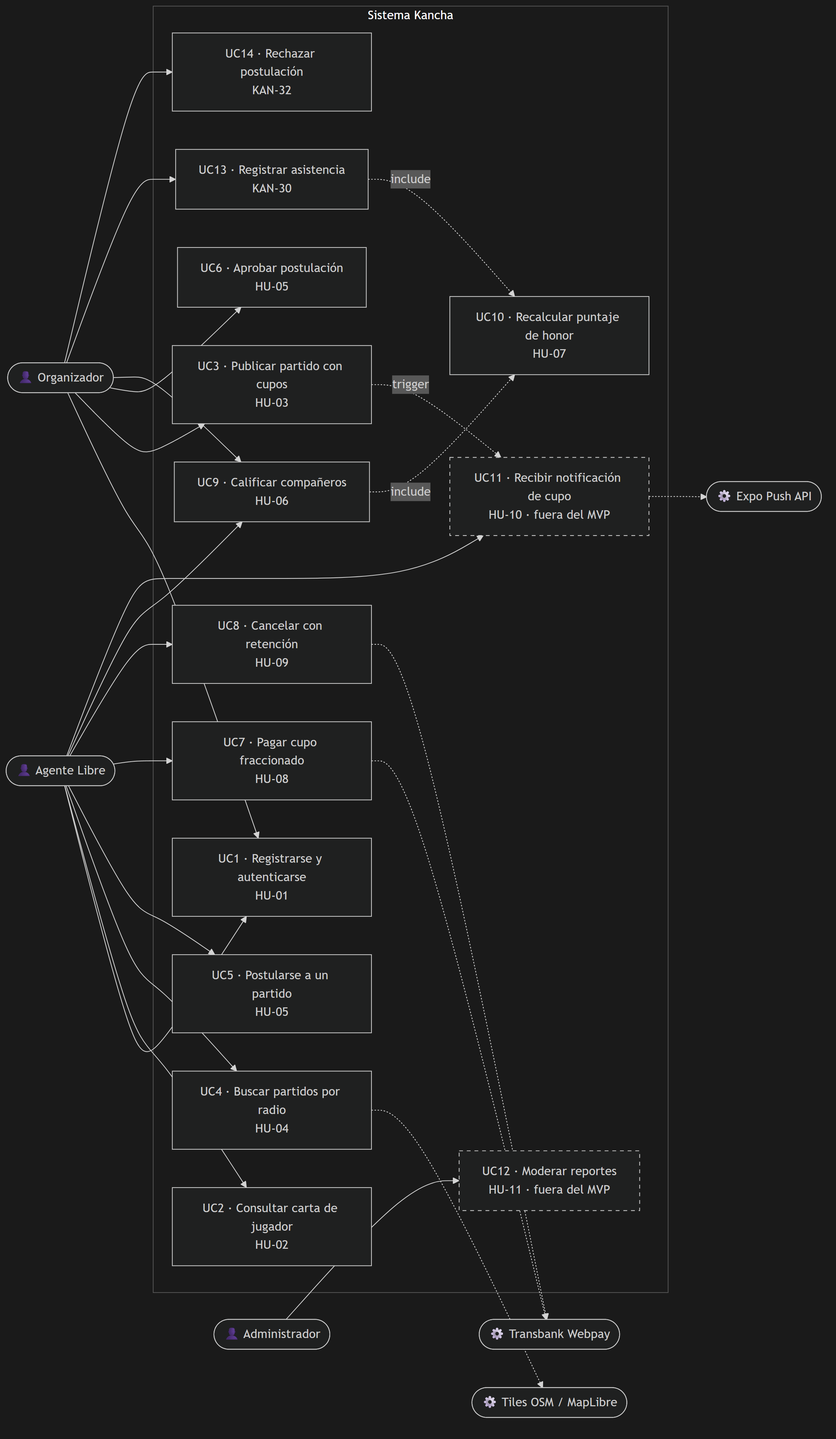
Before: fase-2-desarrollo/docs/diagramas/casos-de-uso.png, a diagram exported from Mermaid (avenaaaa/KANCHA). Its source is kept beside it as fase-2-desarrollo/docs/diagramas/casos-de-uso.mmd.
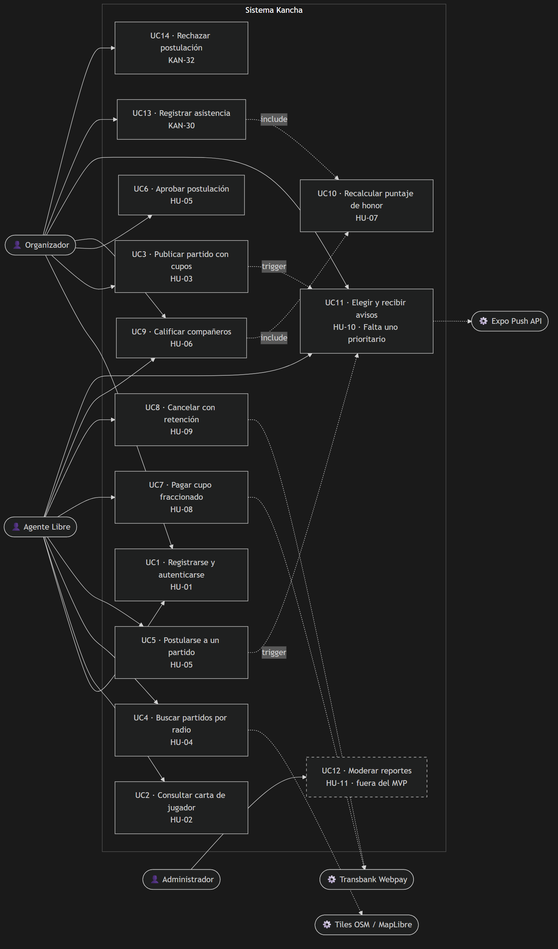
Above is the later version.

Diff of the diagram source:
```diff
@@ -17,14 +17,14 @@
         UC8["UC8 · Cancelar con retención<br/>HU-09"]
         UC9["UC9 · Calificar compañeros<br/>HU-06"]
         UC10["UC10 · Recalcular puntaje de honor<br/>HU-07"]
-        UC11["UC11 · Recibir notificación de cupo<br/>HU-10 · fuera del MVP"]
+        UC11["UC11 · Elegir y recibir avisos<br/>HU-10 · Falta uno prioritario"]
         UC12["UC12 · Moderar reportes<br/>HU-11 · fuera del MVP"]
         UC13["UC13 · Registrar asistencia<br/>KAN-30"]
         UC14["UC14 · Rechazar postulación<br/>KAN-32"]
     end
 
     AL --> UC1 & UC2 & UC4 & UC5 & UC7 & UC8 & UC9 & UC11
-    OR --> UC1 & UC3 & UC6 & UC9 & UC13 & UC14
+    OR --> UC1 & UC3 & UC6 & UC9 & UC11 & UC13 & UC14
     AD --> UC12
 
     UC7 -.-> TBK
@@ -33,8 +33,8 @@
     UC4 -.-> MAP
     UC11 -.-> PUSH
     UC3 -.->|"trigger"| UC11
+    UC5 -.->|"trigger"| UC11
     UC13 -.->|"include"| UC10
 
-    style UC11 stroke-dasharray: 5 5
     style UC12 stroke-dasharray: 5 5
     style KANCHA fill:#1A1A1A,color:#FFFFFF
```
